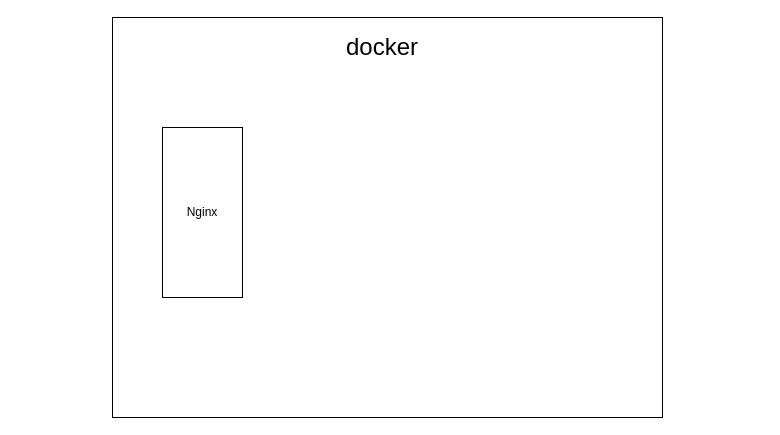
This is me/note.drawio from LanSeTianYe/draw, a draw.io file, before an edit. Source tidied: cells renumbered, new cells numbered last; positions are measured from the earlier drawing's top-left corner, leaving out a move shared by most shapes. Both pictures are drawn from the tidied source at 100%, with x=0, y=0 at pixel (112, 17).
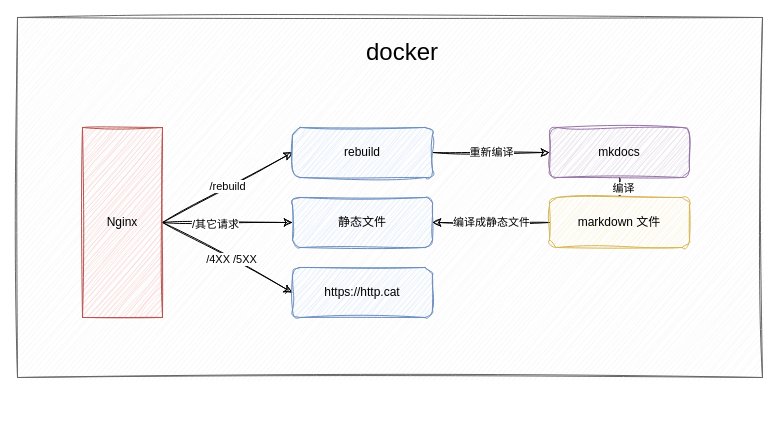
Above is the later version.

What changed in the source:
```diff
@@
-    <mxCell id="2" style="rounded=0;whiteSpace=wrap;html=1;" parent="1" vertex="1">
-      <mxGeometry width="550" height="400" as="geometry" />
+    <mxCell id="2" style="rounded=0;whiteSpace=wrap;html=1;sketch=1;curveFitting=1;jiggle=2;fillColor=#f5f5f5;fontColor=#333333;strokeColor=#666666;" parent="1" vertex="1">
+      <mxGeometry x="-95" width="745" height="360" as="geometry" />
     </mxCell>
-    <mxCell id="3" value="&lt;font style=&quot;font-size: 24px;&quot;&gt;docker&lt;/font&gt;" style="text;html=1;align=center;verticalAlign=middle;whiteSpace=wrap;rounded=0;" parent="1" vertex="1">
-      <mxGeometry y="10" width="540" height="40" as="geometry" />
+    <mxCell id="3" value="&lt;font style=&quot;font-size: 24px;&quot;&gt;docker&lt;/font&gt;" style="text;html=1;align=center;verticalAlign=middle;whiteSpace=wrap;rounded=0;sketch=1;curveFitting=1;jiggle=2;" parent="1" vertex="1">
+      <mxGeometry y="15" width="580" height="40" as="geometry" />
     </mxCell>
+    <mxCell id="5" style="edgeStyle=orthogonalEdgeStyle;rounded=0;jettySize=auto;html=1;sketch=1;curveFitting=1;jiggle=2;" parent="1" edge="1" source="4" target="16">
+      <mxGeometry relative="1" as="geometry" />
+    </mxCell>
+    <mxCell id="6" value="/其它请求" style="edgeLabel;html=1;align=center;verticalAlign=middle;sketch=1;curveFitting=1;jiggle=2;" parent="5" vertex="1">
+      <mxGeometry x="-0.2" y="-1" relative="1" as="geometry" />
+    </mxCell>
+    <mxCell id="7" style="rounded=0;jettySize=auto;html=1;exitX=1;exitY=0.5;exitDx=0;exitDy=0;entryX=0;entryY=0.5;entryDx=0;entryDy=0;sketch=1;curveFitting=1;jiggle=2;" parent="1" edge="1" source="4" target="17">
+      <mxGeometry relative="1" as="geometry" />
+    </mxCell>
+    <mxCell id="8" value="/4XX /5XX" style="edgeLabel;html=1;align=center;verticalAlign=middle;sketch=1;curveFitting=1;jiggle=2;" parent="7" vertex="1">
+      <mxGeometry x="0.05" relative="1" as="geometry" />
+    </mxCell>
+    <mxCell id="9" style="rounded=0;jettySize=auto;html=1;exitX=1;exitY=0.5;exitDx=0;exitDy=0;entryX=0;entryY=0.5;entryDx=0;entryDy=0;sketch=1;curveFitting=1;jiggle=2;" parent="1" edge="1" source="4" target="12">
+      <mxGeometry relative="1" as="geometry" />
+    </mxCell>
+    <mxCell id="10" value="/rebuild" style="edgeLabel;html=1;align=center;verticalAlign=middle;sketch=1;curveFitting=1;jiggle=2;" parent="9" vertex="1">
+      <mxGeometry y="2" relative="1" as="geometry" />
+    </mxCell>
-    <mxCell id="4" value="Nginx" style="rounded=0;whiteSpace=wrap;html=1;" parent="1" vertex="1">
-      <mxGeometry x="50" y="110" width="80" height="170" as="geometry" />
+    <mxCell id="4" value="Nginx" style="rounded=0;whiteSpace=wrap;html=1;fillColor=#f8cecc;strokeColor=#b85450;sketch=1;curveFitting=1;jiggle=2;" parent="1" vertex="1">
+      <mxGeometry x="-30" y="110" width="80" height="190" as="geometry" />
     </mxCell>
+    <mxCell id="11" value="&lt;span&gt;重新编译&lt;/span&gt;" style="edgeStyle=orthogonalEdgeStyle;rounded=0;jettySize=auto;html=1;exitX=1;exitY=0.5;exitDx=0;exitDy=0;entryX=0;entryY=0.5;entryDx=0;entryDy=0;sketch=1;curveFitting=1;jiggle=2;" parent="1" edge="1" source="12" target="15">
+      <mxGeometry x="0.01" relative="1" as="geometry" />
+    </mxCell>
+    <mxCell id="12" value="rebuild" style="rounded=1;whiteSpace=wrap;html=1;fillColor=#dae8fc;strokeColor=#6c8ebf;sketch=1;curveFitting=1;jiggle=2;" parent="1" vertex="1">
+      <mxGeometry x="180" y="110" width="140" height="50" as="geometry" />
+    </mxCell>
+    <mxCell id="13" style="edgeStyle=orthogonalEdgeStyle;rounded=0;jettySize=auto;html=1;exitX=0.5;exitY=1;exitDx=0;exitDy=0;entryX=0.5;entryY=0;entryDx=0;entryDy=0;sketch=1;curveFitting=1;jiggle=2;" parent="1" edge="1" source="15" target="20">
+      <mxGeometry relative="1" as="geometry" />
+    </mxCell>
+    <mxCell id="14" value="编译" style="edgeLabel;html=1;align=center;verticalAlign=middle;sketch=1;curveFitting=1;jiggle=2;" parent="13" vertex="1">
+      <mxGeometry y="3" relative="1" as="geometry" />
+    </mxCell>
+    <mxCell id="15" value="mkdocs" style="rounded=1;whiteSpace=wrap;html=1;fillColor=#e1d5e7;strokeColor=#9673a6;sketch=1;curveFitting=1;jiggle=2;" parent="1" vertex="1">
+      <mxGeometry x="437" y="110" width="140" height="50" as="geometry" />
+    </mxCell>
+    <mxCell id="16" value="静态文件" style="rounded=1;whiteSpace=wrap;html=1;fillColor=#dae8fc;strokeColor=#6c8ebf;sketch=1;curveFitting=1;jiggle=2;" parent="1" vertex="1">
+      <mxGeometry x="180" y="180" width="140" height="50" as="geometry" />
+    </mxCell>
+    <mxCell id="17" value="https://http.cat" style="rounded=1;whiteSpace=wrap;html=1;fillColor=#dae8fc;strokeColor=#6c8ebf;sketch=1;curveFitting=1;jiggle=2;" parent="1" vertex="1">
+      <mxGeometry x="180" y="250" width="140" height="50" as="geometry" />
+    </mxCell>
+    <mxCell id="18" style="edgeStyle=orthogonalEdgeStyle;rounded=0;jettySize=auto;html=1;exitX=0;exitY=0.5;exitDx=0;exitDy=0;entryX=1;entryY=0.5;entryDx=0;entryDy=0;sketch=1;curveFitting=1;jiggle=2;" parent="1" edge="1" source="20" target="16">
+      <mxGeometry relative="1" as="geometry" />
+    </mxCell>
+    <mxCell id="19" value="&lt;span style=&quot;text-align: right;&quot;&gt;编译成静态文件&lt;/span&gt;" style="edgeLabel;html=1;align=center;verticalAlign=middle;sketch=1;curveFitting=1;jiggle=2;" parent="18" vertex="1">
+      <mxGeometry x="0.01" y="-1" relative="1" as="geometry" />
+    </mxCell>
+    <mxCell id="20" value="markdown 文件" style="rounded=1;whiteSpace=wrap;html=1;fillColor=#fff2cc;strokeColor=#d6b656;sketch=1;curveFitting=1;jiggle=2;" parent="1" vertex="1">
+      <mxGeometry x="437" y="180" width="140" height="50" as="geometry" />
+    </mxCell>
```
